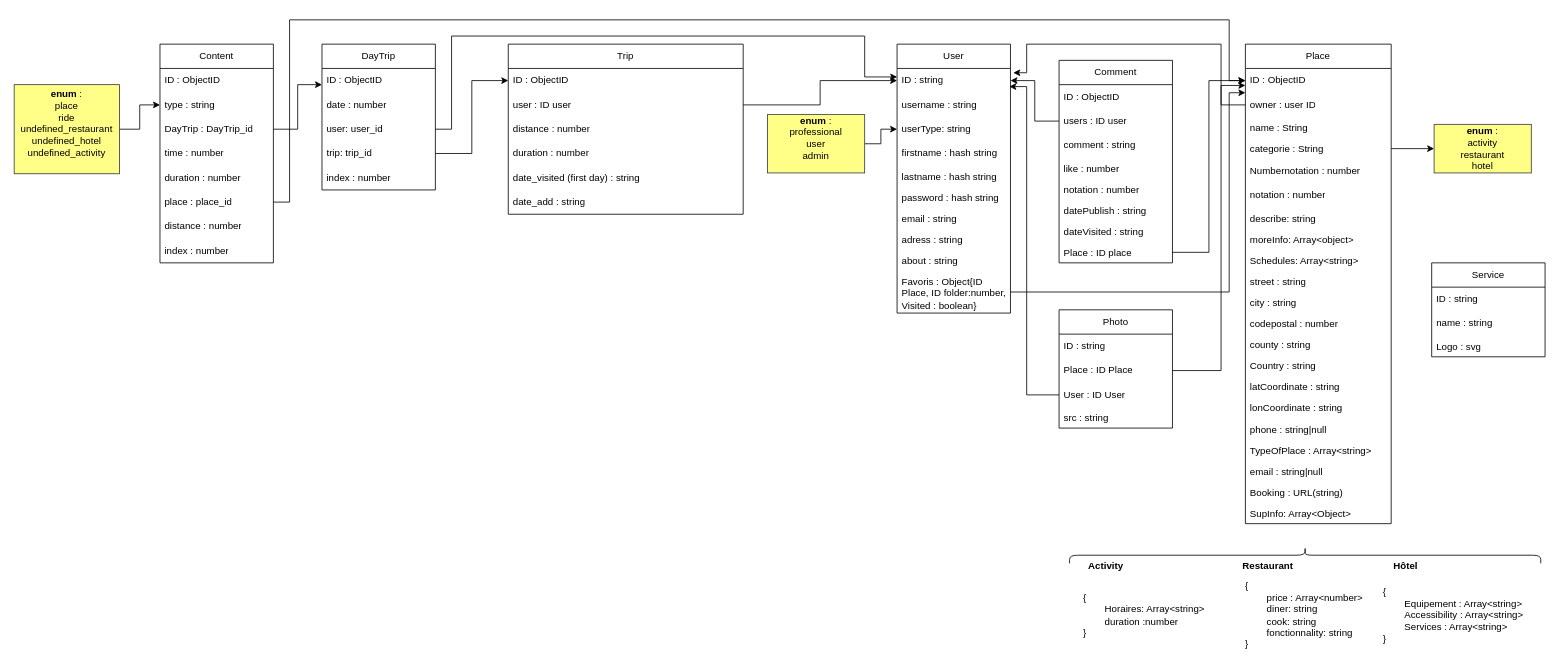
The draw.io diagram Schemas/structureBDD.drawio in Aurelien0192/FrenchTravel_FrontEnd, before the edit. Source tidied: cells renumbered, new cells numbered last; positions are measured from the earlier drawing's top-left corner, leaving out a move shared by most shapes. Both pictures are drawn from the tidied source at 81%, with x=0, y=0 at pixel (14, 19).
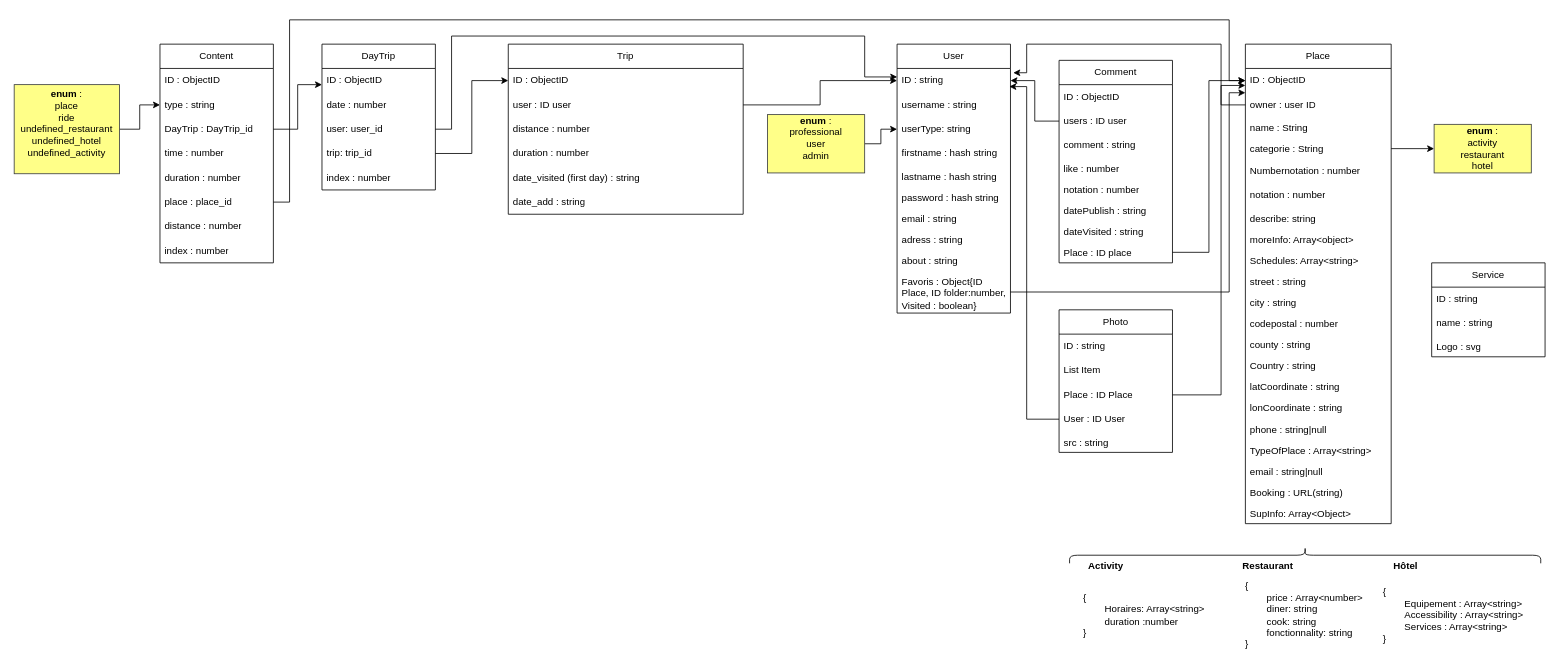
The same diagram, later.

Unchanged cells that the change refers to:
```xml
<mxCell id="3" value="ID : string" style="text;strokeColor=none;fillColor=none;align=left;verticalAlign=middle;spacingLeft=4;spacingRight=4;overflow=hidden;points=[[0,0.5],[1,0.5]];portConstraint=eastwest;whiteSpace=wrap;html=1;" parent="2" vertex="1">
  <mxGeometry y="30" width="140" height="30" as="geometry" />
</mxCell>
<mxCell id="15" value="ID : ObjectID" style="text;strokeColor=none;fillColor=none;align=left;verticalAlign=middle;spacingLeft=4;spacingRight=4;overflow=hidden;points=[[0,0.5],[1,0.5]];portConstraint=eastwest;whiteSpace=wrap;html=1;" parent="14" vertex="1">
  <mxGeometry y="30" width="180" height="30" as="geometry" />
</mxCell>
```

The edit, as a diff of the source:
```diff
@@
     <mxCell id="36" value="Photo" style="swimlane;fontStyle=0;horizontal=1;startSize=30;whiteSpace=wrap;html=1;" parent="1" vertex="1">
-      <mxGeometry x="1290" y="358" width="140" height="146" as="geometry" />
+      <mxGeometry x="1290" y="358" width="140" height="176" as="geometry" />
     </mxCell>
@@
+    <mxCell id="99" value="List Item" style="text;strokeColor=none;fillColor=none;align=left;verticalAlign=middle;spacingLeft=4;spacingRight=4;overflow=hidden;whiteSpace=wrap;html=1;" parent="36" vertex="1">
+      <mxGeometry y="60" width="140" height="30" as="geometry" />
+    </mxCell>
     <mxCell id="38" value="Place : ID Place" style="text;strokeColor=none;fillColor=none;align=left;verticalAlign=middle;spacingLeft=4;spacingRight=4;overflow=hidden;points=[[0,0.5],[1,0.5]];portConstraint=eastwest;whiteSpace=wrap;html=1;" parent="36" vertex="1">
-      <mxGeometry y="60" width="140" height="30" as="geometry" />
+      <mxGeometry y="90" width="140" height="30" as="geometry" />
     </mxCell>
     <mxCell id="39" value="User : ID User" style="text;strokeColor=none;fillColor=none;align=left;verticalAlign=middle;spacingLeft=4;spacingRight=4;overflow=hidden;points=[[0,0.5],[1,0.5]];portConstraint=eastwest;whiteSpace=wrap;html=1;" parent="36" vertex="1">
-      <mxGeometry y="90" width="140" height="30" as="geometry" />
+      <mxGeometry y="120" width="140" height="30" as="geometry" />
     </mxCell>
     <mxCell id="40" value="src : string" style="text;strokeColor=none;fillColor=none;align=left;verticalAlign=top;spacingLeft=4;spacingRight=4;overflow=hidden;whiteSpace=wrap;html=1;" parent="36" vertex="1">
-      <mxGeometry y="120" width="140" height="26" as="geometry" />
+      <mxGeometry y="150" width="140" height="26" as="geometry" />
     </mxCell>
@@
     <mxCell id="75" style="edgeStyle=orthogonalEdgeStyle;rounded=0;jettySize=auto;html=1;entryX=0.99;entryY=0.747;entryDx=0;entryDy=0;entryPerimeter=0;" parent="1" edge="1" source="39" target="3">
       <mxGeometry relative="1" as="geometry">
         <Array as="points">
-          <mxPoint x="1250" y="463" />
+          <mxPoint x="1250" y="493" />
           <mxPoint x="1250" y="82" />
         </Array>
       </mxGeometry>
     </mxCell>
     <mxCell id="76" style="edgeStyle=orthogonalEdgeStyle;rounded=0;jettySize=auto;html=1;" parent="1" edge="1" source="38" target="15">
       <mxGeometry relative="1" as="geometry">
         <Array as="points">
-          <mxPoint x="1490" y="433" />
+          <mxPoint x="1490" y="463" />
           <mxPoint x="1490" y="81" />
         </Array>
       </mxGeometry>
     </mxCell>
```
